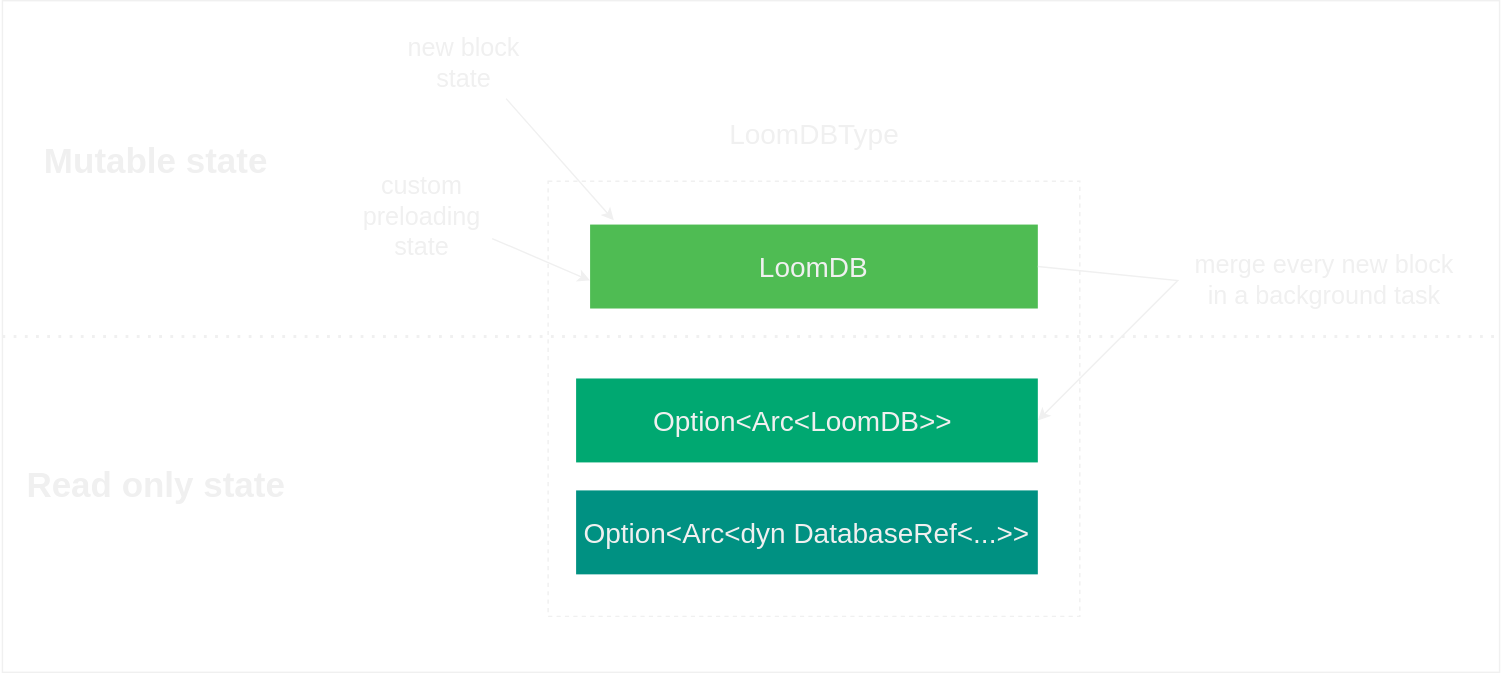
The draw.io diagram book/images/loom_db.svg in dexloom/loom, before a commit. Source tidied: cells renumbered, new cells last; positions are measured from the earlier drawing's top-left corner, leaving out a move shared by most shapes.
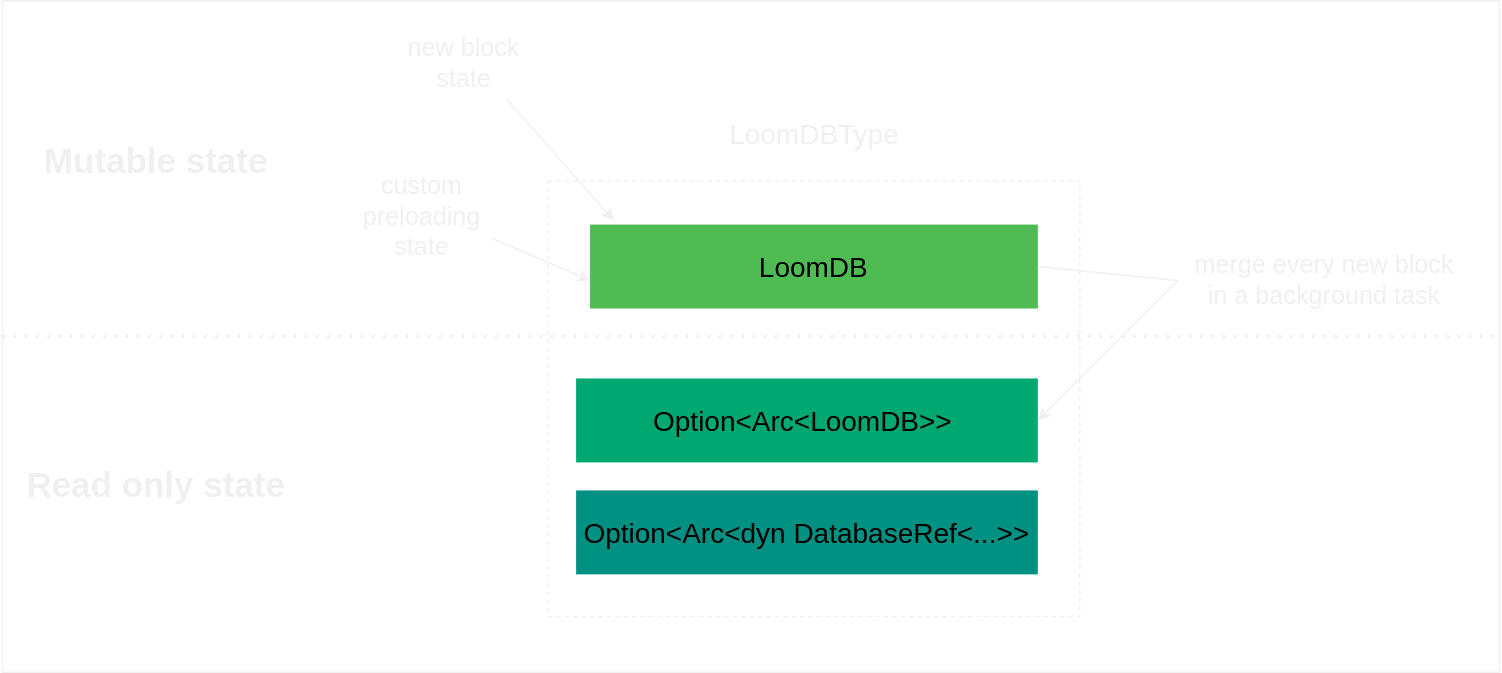
After the change.

Commit message:
Font color

Diff of the diagram source:
```diff
@@ -8,10 +8,10 @@
     <mxCell id="3" style="rounded=0;whiteSpace=wrap;html=1;fillColor=none;dashed=1;" parent="1" vertex="1">
       <mxGeometry x="390" y="129" width="380" height="311" as="geometry" />
     </mxCell>
-    <mxCell id="4" value="LoomDB" style="rounded=0;whiteSpace=wrap;html=1;fontSize=20;strokeColor=none;fillColor=#4FBC53;" parent="1" vertex="1">
+    <mxCell id="4" value="LoomDB" style="rounded=0;whiteSpace=wrap;html=1;fontSize=20;strokeColor=none;fillColor=#4FBC53;fontColor=#000000;" parent="1" vertex="1">
       <mxGeometry x="420" y="160" width="320" height="60" as="geometry" />
     </mxCell>
-    <mxCell id="5" value="Option&amp;lt;Arc&amp;lt;LoomDB&amp;gt;&amp;gt;&amp;nbsp;" style="rounded=0;whiteSpace=wrap;html=1;fontSize=20;verticalAlign=middle;strokeColor=none;fillColor=#00A871;" parent="1" vertex="1">
+    <mxCell id="5" value="Option&amp;lt;Arc&amp;lt;LoomDB&amp;gt;&amp;gt;&amp;nbsp;" style="rounded=0;whiteSpace=wrap;html=1;fontSize=20;verticalAlign=middle;strokeColor=none;fillColor=#00A871;fontColor=#000000;" parent="1" vertex="1">
       <mxGeometry x="410" y="270" width="330" height="60" as="geometry" />
     </mxCell>
     <mxCell id="6" style="endArrow=classic;html=1;rounded=0;exitX=1;exitY=0.5;exitDx=0;exitDy=0;" parent="1" edge="1" source="4">
@@ -42,7 +42,7 @@
         <mxPoint x="420" y="200" as="targetPoint" />
       </mxGeometry>
     </mxCell>
-    <mxCell id="12" value="Option&amp;lt;Arc&amp;lt;dyn&amp;nbsp;DatabaseRef&amp;lt;...&amp;gt;&amp;gt;" style="rounded=0;whiteSpace=wrap;html=1;fontSize=20;strokeColor=none;fillColor=#009182;" parent="1" vertex="1">
+    <mxCell id="12" value="Option&amp;lt;Arc&amp;lt;dyn&amp;nbsp;DatabaseRef&amp;lt;...&amp;gt;&amp;gt;" style="rounded=0;whiteSpace=wrap;html=1;fontSize=20;strokeColor=none;fillColor=#009182;fontColor=#000000;" parent="1" vertex="1">
       <mxGeometry x="410" y="350" width="330" height="60" as="geometry" />
     </mxCell>
     <mxCell id="13" style="endArrow=none;dashed=1;html=1;dashPattern=1 3;strokeWidth=2;rounded=0;exitX=0;exitY=0.5;exitDx=0;exitDy=0;entryX=1;entryY=0.5;entryDx=0;entryDy=0;" parent="1" edge="1" source="2" target="2">
```
